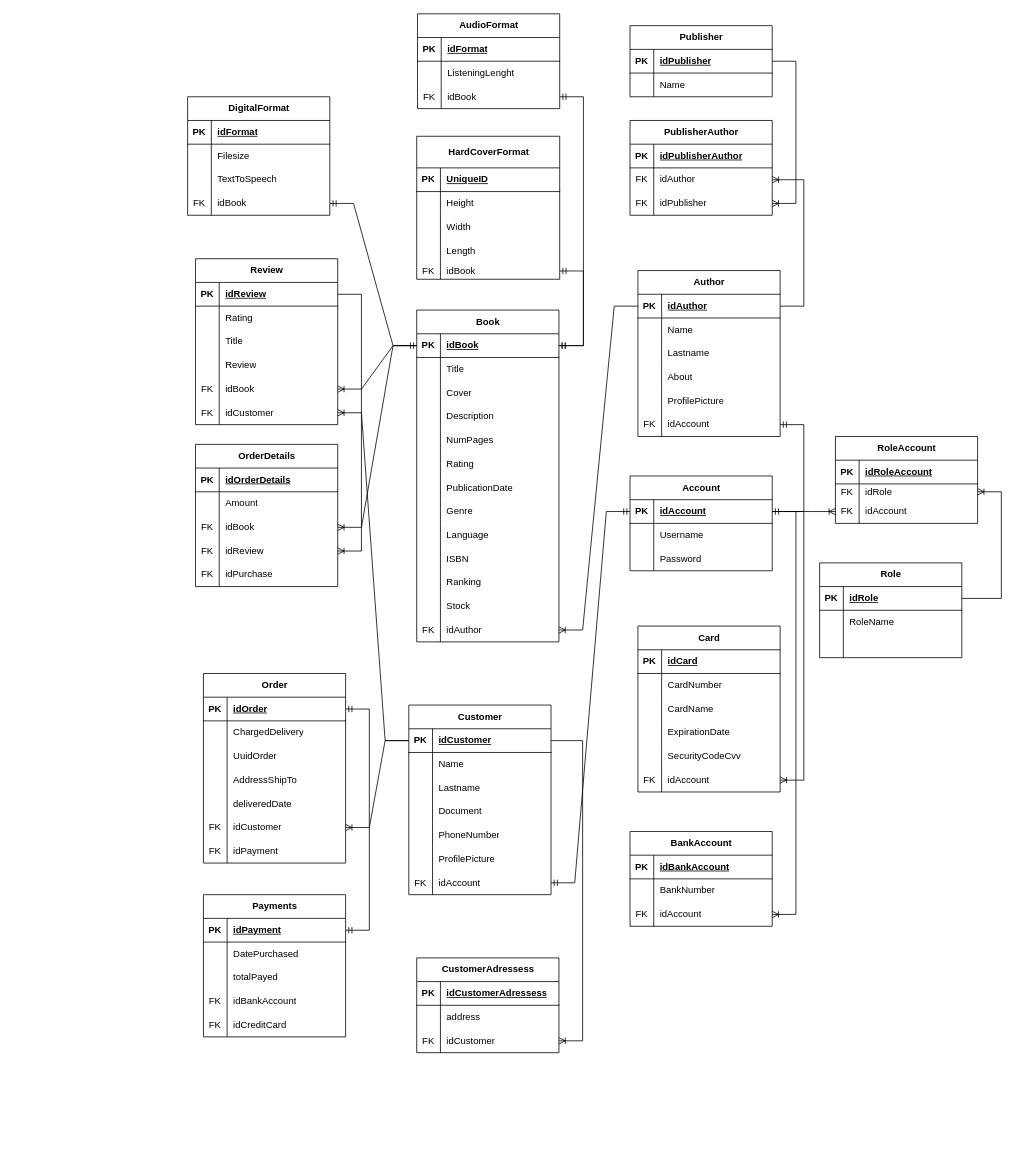
Above: docs/diagrams/bookStoreEntityRelation.drawio in josueBarretogit/goApiBookstore (draw.io), before the change. Source tidied: cells renumbered, new cells numbered last; positions are measured from the earlier drawing's top-left corner, leaving out a move shared by most shapes. Both pictures are drawn from the tidied source at 79%, with x=0, y=0 at pixel (187, 13).
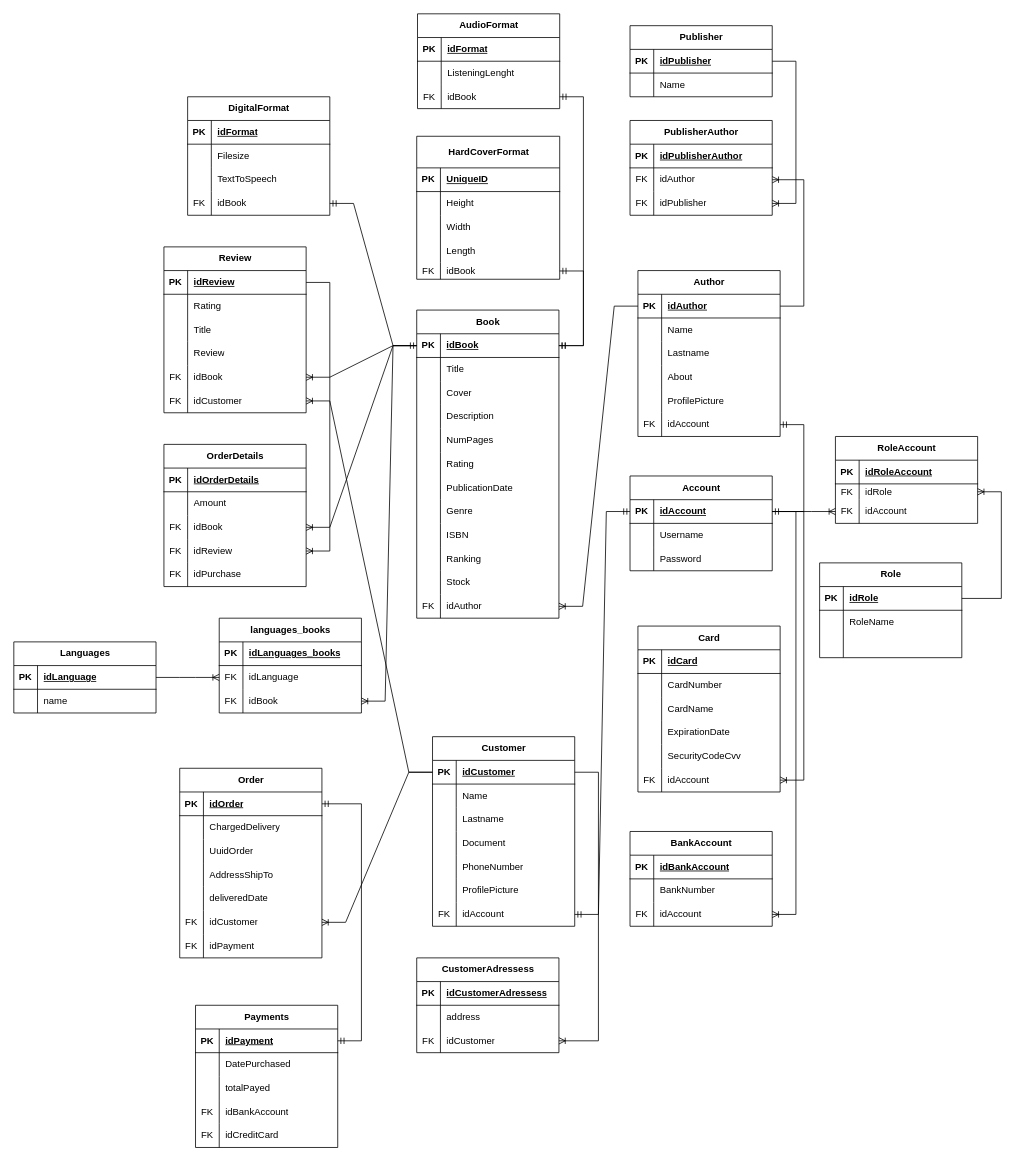
The same page after the edit.

Commit message:
added language table

Unchanged cells that the change refers to:
```xml
<mxCell id="3" style="shape=tableRow;horizontal=0;startSize=0;swimlaneHead=0;swimlaneBody=0;fillColor=none;points=[[0,0.5],[1,0.5]];portConstraint=eastwest;top=0;left=0;right=0;bottom=1;" parent="2" vertex="1">
  <mxGeometry y="30" width="180" height="30" as="geometry" />
</mxCell>
```

What changed in the source:
```diff
@@
     <mxCell id="2" value="Book" style="shape=table;startSize=30;childLayout=tableLayout;rowLines=0;fontStyle=1;align=center;html=1;" parent="1" vertex="1">
-      <mxGeometry x="290" y="375" width="180" height="420" as="geometry" />
+      <mxGeometry x="290" y="375" width="180" height="390" as="geometry" />
     </mxCell>
@@
-    <mxCell id="27" style="shape=tableRow;horizontal=0;startSize=0;swimlaneHead=0;swimlaneBody=0;fillColor=none;top=0;left=0;right=0;bottom=0;" parent="2" vertex="1">
-      <mxGeometry y="270" width="180" height="30" as="geometry" />
-    </mxCell>
-    <mxCell id="28" style="shape=partialRectangle;fillColor=none;top=0;left=0;bottom=0;right=0;overflow=hidden;whiteSpace=wrap;html=1;" parent="27" vertex="1">
-      <mxGeometry width="30" height="30" as="geometry" />
-    </mxCell>
-    <mxCell id="29" value="Language" style="shape=partialRectangle;fillColor=none;top=0;left=0;bottom=0;right=0;align=left;spacingLeft=6;overflow=hidden;whiteSpace=wrap;html=1;" parent="27" vertex="1">
-      <mxGeometry x="30" width="150" height="30" as="geometry" />
-    </mxCell>
     <mxCell id="30" style="shape=tableRow;horizontal=0;startSize=0;swimlaneHead=0;swimlaneBody=0;fillColor=none;top=0;left=0;right=0;bottom=0;" parent="2" vertex="1">
-      <mxGeometry y="300" width="180" height="30" as="geometry" />
+      <mxGeometry y="270" width="180" height="30" as="geometry" />
     </mxCell>
@@
     <mxCell id="33" style="shape=tableRow;horizontal=0;startSize=0;swimlaneHead=0;swimlaneBody=0;fillColor=none;top=0;left=0;right=0;bottom=0;" parent="2" vertex="1">
-      <mxGeometry y="330" width="180" height="30" as="geometry" />
+      <mxGeometry y="300" width="180" height="30" as="geometry" />
     </mxCell>
@@
     <mxCell id="36" style="shape=tableRow;horizontal=0;startSize=0;swimlaneHead=0;swimlaneBody=0;fillColor=none;top=0;left=0;right=0;bottom=0;" parent="2" vertex="1">
-      <mxGeometry y="360" width="180" height="30" as="geometry" />
+      <mxGeometry y="330" width="180" height="30" as="geometry" />
     </mxCell>
@@
     <mxCell id="39" style="shape=tableRow;horizontal=0;startSize=0;swimlaneHead=0;swimlaneBody=0;fillColor=none;points=[[0,0.5],[1,0.5]];portConstraint=eastwest;top=0;left=0;right=0;bottom=0;" parent="2" vertex="1">
-      <mxGeometry y="390" width="180" height="30" as="geometry" />
+      <mxGeometry y="360" width="180" height="30" as="geometry" />
     </mxCell>
@@
     <mxCell id="82" value="Customer" style="shape=table;startSize=30;childLayout=tableLayout;rowLines=0;fontStyle=1;align=center;html=1;" parent="1" vertex="1">
-      <mxGeometry x="280" y="875" width="180" height="240" as="geometry" />
+      <mxGeometry x="310" y="915" width="180" height="240" as="geometry" />
     </mxCell>
@@
     <mxCell id="104" value="Order" style="shape=table;startSize=30;childLayout=tableLayout;rowLines=0;fontStyle=1;align=center;html=1;" parent="1" vertex="1">
-      <mxGeometry x="20" y="835" width="180" height="240" as="geometry" />
+      <mxGeometry x="-10" y="955" width="180" height="240" as="geometry" />
     </mxCell>
@@
     <mxCell id="126" value="Review" style="shape=table;startSize=30;childLayout=tableLayout;rowLines=0;fontStyle=1;align=center;html=1;" parent="1" vertex="1">
-      <mxGeometry x="10" y="310" width="180" height="210" as="geometry" />
+      <mxGeometry x="-30" y="295" width="180" height="210" as="geometry" />
     </mxCell>
@@
     <mxCell id="145" value="OrderDetails" style="shape=table;startSize=30;childLayout=tableLayout;rowLines=0;fontStyle=1;align=center;html=1;" parent="1" vertex="1">
-      <mxGeometry x="10" y="545" width="180" height="180" as="geometry" />
+      <mxGeometry x="-30" y="545" width="180" height="180" as="geometry" />
     </mxCell>
@@
     <mxCell id="272" value="Payments" style="shape=table;startSize=30;childLayout=tableLayout;rowLines=0;fontStyle=1;align=center;html=1;" parent="1" vertex="1">
-      <mxGeometry x="20" y="1115" width="180" height="180" as="geometry" />
+      <mxGeometry x="10" y="1255" width="180" height="180" as="geometry" />
     </mxCell>
@@
+    <mxCell id="300" value="Languages" style="shape=table;startSize=30;childLayout=tableLayout;rowLines=0;fontStyle=1;align=center;html=1;" parent="1" vertex="1">
+      <mxGeometry x="-220" y="795" width="180" height="90" as="geometry" />
+    </mxCell>
+    <mxCell id="301" style="shape=tableRow;horizontal=0;startSize=0;swimlaneHead=0;swimlaneBody=0;fillColor=none;points=[[0,0.5],[1,0.5]];portConstraint=eastwest;top=0;left=0;right=0;bottom=1;" parent="300" vertex="1">
+      <mxGeometry y="30" width="180" height="30" as="geometry" />
+    </mxCell>
+    <mxCell id="302" value="PK" style="shape=partialRectangle;fillColor=none;top=0;left=0;bottom=0;right=0;fontStyle=1;overflow=hidden;whiteSpace=wrap;html=1;" parent="301" vertex="1">
+      <mxGeometry width="30" height="30" as="geometry" />
+    </mxCell>
+    <mxCell id="303" value="idLanguage" style="shape=partialRectangle;fillColor=none;top=0;left=0;bottom=0;right=0;align=left;spacingLeft=6;fontStyle=5;overflow=hidden;whiteSpace=wrap;html=1;" parent="301" vertex="1">
+      <mxGeometry x="30" width="150" height="30" as="geometry" />
+    </mxCell>
+    <mxCell id="304" style="shape=tableRow;horizontal=0;startSize=0;swimlaneHead=0;swimlaneBody=0;fillColor=none;top=0;left=0;right=0;bottom=0;" parent="300" vertex="1">
+      <mxGeometry y="60" width="180" height="30" as="geometry" />
+    </mxCell>
+    <mxCell id="28" style="shape=partialRectangle;fillColor=none;top=0;left=0;bottom=0;right=0;overflow=hidden;whiteSpace=wrap;html=1;" parent="304" vertex="1">
+      <mxGeometry width="30" height="30" as="geometry" />
+    </mxCell>
+    <mxCell id="305" value="name" style="shape=partialRectangle;fillColor=none;top=0;left=0;bottom=0;right=0;align=left;spacingLeft=6;overflow=hidden;whiteSpace=wrap;html=1;" parent="304" vertex="1">
+      <mxGeometry x="30" width="150" height="30" as="geometry" />
+    </mxCell>
+    <mxCell id="306" value="&lt;div&gt;languages_books&lt;/div&gt;" style="shape=table;startSize=30;childLayout=tableLayout;rowLines=0;fontStyle=1;align=center;html=1;" parent="1" vertex="1">
+      <mxGeometry x="40" y="765" width="180" height="120" as="geometry" />
+    </mxCell>
+    <mxCell id="307" style="shape=tableRow;horizontal=0;startSize=0;swimlaneHead=0;swimlaneBody=0;fillColor=none;top=0;left=0;right=0;bottom=1;" parent="306" vertex="1">
+      <mxGeometry y="30" width="180" height="30" as="geometry" />
+    </mxCell>
+    <mxCell id="308" value="PK" style="shape=partialRectangle;fillColor=none;top=0;left=0;bottom=0;right=0;fontStyle=1;overflow=hidden;whiteSpace=wrap;html=1;" parent="307" vertex="1">
+      <mxGeometry width="30" height="30" as="geometry" />
+    </mxCell>
+    <mxCell id="309" value="idLanguages_books" style="shape=partialRectangle;fillColor=none;top=0;left=0;bottom=0;right=0;align=left;spacingLeft=6;fontStyle=5;overflow=hidden;whiteSpace=wrap;html=1;" parent="307" vertex="1">
+      <mxGeometry x="30" width="150" height="30" as="geometry" />
+    </mxCell>
+    <mxCell id="310" style="shape=tableRow;horizontal=0;startSize=0;swimlaneHead=0;swimlaneBody=0;fillColor=none;points=[[0,0.5],[1,0.5]];portConstraint=eastwest;top=0;left=0;right=0;bottom=0;" parent="306" vertex="1">
+      <mxGeometry y="60" width="180" height="30" as="geometry" />
+    </mxCell>
+    <mxCell id="311" value="FK" style="shape=partialRectangle;fillColor=none;top=0;left=0;bottom=0;right=0;overflow=hidden;whiteSpace=wrap;html=1;" parent="310" vertex="1">
+      <mxGeometry width="30" height="30" as="geometry" />
+    </mxCell>
+    <mxCell id="312" value="idLanguage" style="shape=partialRectangle;fillColor=none;top=0;left=0;bottom=0;right=0;align=left;spacingLeft=6;overflow=hidden;whiteSpace=wrap;html=1;" parent="310" vertex="1">
+      <mxGeometry x="30" width="150" height="30" as="geometry" />
+    </mxCell>
+    <mxCell id="313" style="shape=tableRow;horizontal=0;startSize=0;swimlaneHead=0;swimlaneBody=0;fillColor=none;points=[[0,0.5],[1,0.5]];portConstraint=eastwest;top=0;left=0;right=0;bottom=0;" parent="306" vertex="1">
+      <mxGeometry y="90" width="180" height="30" as="geometry" />
+    </mxCell>
+    <mxCell id="314" value="FK" style="shape=partialRectangle;fillColor=none;top=0;left=0;bottom=0;right=0;overflow=hidden;whiteSpace=wrap;html=1;" parent="313" vertex="1">
+      <mxGeometry width="30" height="30" as="geometry" />
+    </mxCell>
+    <mxCell id="315" value="idBook" style="shape=partialRectangle;fillColor=none;top=0;left=0;bottom=0;right=0;align=left;spacingLeft=6;overflow=hidden;whiteSpace=wrap;html=1;" parent="313" vertex="1">
+      <mxGeometry x="30" width="150" height="30" as="geometry" />
+    </mxCell>
+    <mxCell id="316" style="edgeStyle=entityRelationEdgeStyle;fontSize=12;html=1;endArrow=ERoneToMany;rounded=0;" parent="1" edge="1" source="301" target="310">
+      <mxGeometry relative="1" as="geometry" />
+    </mxCell>
+    <mxCell id="317" style="edgeStyle=entityRelationEdgeStyle;fontSize=12;html=1;endArrow=ERoneToMany;rounded=0;" parent="1" edge="1" source="3" target="313">
+      <mxGeometry relative="1" as="geometry" />
+    </mxCell>
```
